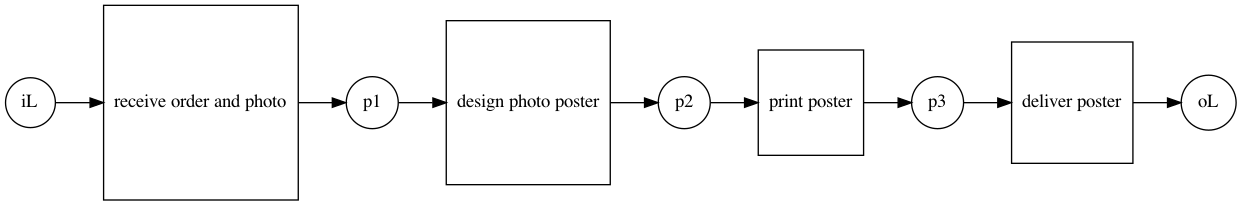
PhamCaoLam/Process_Mining_Internship keeps this Graphviz diagram as graph-output/posterinstances.png. Above is the earlier version. Its source is kept beside it as graph-output/graph-output/posterinstances.gv. The source it was exported from:
```dot
digraph {
	graph [rankdir=LR]
	"receive order and photo" [shape=square]
	p1 [shape=circle]
	"receive order and photo" -> p1
	p1 [shape=circle]
	"design photo poster" [shape=square]
	p1 -> "design photo poster"
	"design photo poster" [shape=square]
	p2 [shape=circle]
	"design photo poster" -> p2
	p2 [shape=circle]
	"print poster" [shape=square]
	p2 -> "print poster"
	"print poster" [shape=square]
	p3 [shape=circle]
	"print poster" -> p3
	p3 [shape=circle]
	"deliver poster" [shape=square]
	p3 -> "deliver poster"
	iL [shape=circle]
	"receive order and photo" [shape=square]
	iL -> "receive order and photo"
	oL [shape=circle]
	"deliver poster" [shape=square]
	"deliver poster" -> oL
}
```
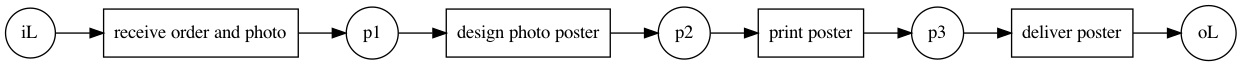
Later version of the same file.

Commit message:
made changes to main.py file, optimizing code partially, deleting print-commands partially, modifying functions...

Diff of the diagram source:
```diff
@@ -1,27 +1,27 @@
 digraph {
 	graph [rankdir=LR]
-	"receive order and photo" [shape=square]
+	"receive order and photo" [shape=rect]
 	p1 [shape=circle]
 	"receive order and photo" -> p1
 	p1 [shape=circle]
-	"design photo poster" [shape=square]
+	"design photo poster" [shape=rect]
 	p1 -> "design photo poster"
-	"design photo poster" [shape=square]
+	"design photo poster" [shape=rect]
 	p2 [shape=circle]
 	"design photo poster" -> p2
 	p2 [shape=circle]
-	"print poster" [shape=square]
+	"print poster" [shape=rect]
 	p2 -> "print poster"
-	"print poster" [shape=square]
+	"print poster" [shape=rect]
 	p3 [shape=circle]
 	"print poster" -> p3
 	p3 [shape=circle]
-	"deliver poster" [shape=square]
+	"deliver poster" [shape=rect]
 	p3 -> "deliver poster"
 	iL [shape=circle]
-	"receive order and photo" [shape=square]
+	"receive order and photo" [shape=rect]
 	iL -> "receive order and photo"
 	oL [shape=circle]
-	"deliver poster" [shape=square]
+	"deliver poster" [shape=rect]
 	"deliver poster" -> oL
 }
```
